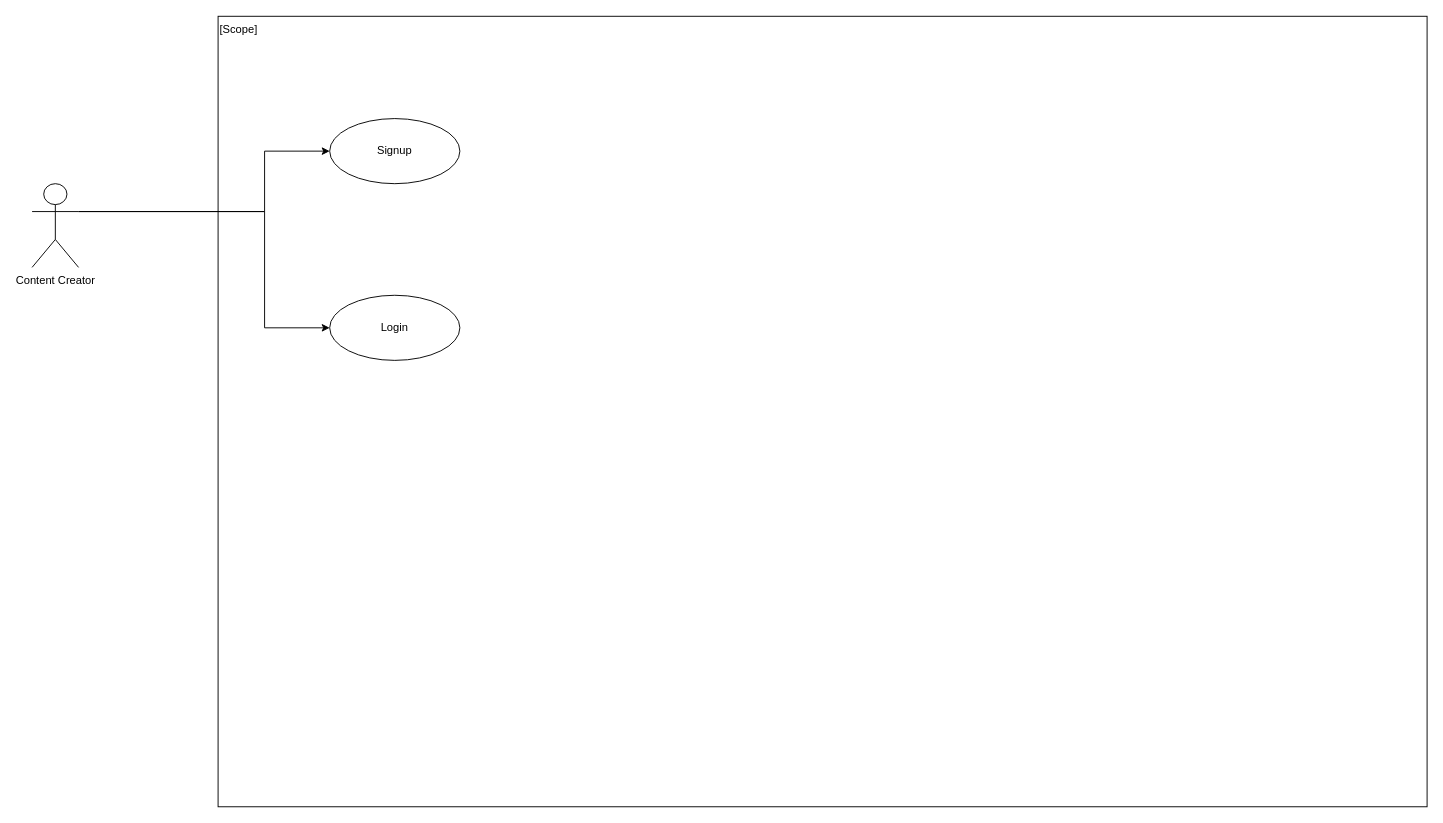
The draw.io diagram diagrams/UsecaseDiagram.drawio in jadhamwi31/cc_productivity_and_marketing_kit, before the edit. Source tidied: cells renumbered, new cells numbered last; positions are measured from the earlier drawing's top-left corner, leaving out a move shared by most shapes. Both pictures are drawn from the tidied source at 93%, with x=0, y=0 at pixel (32, 16).
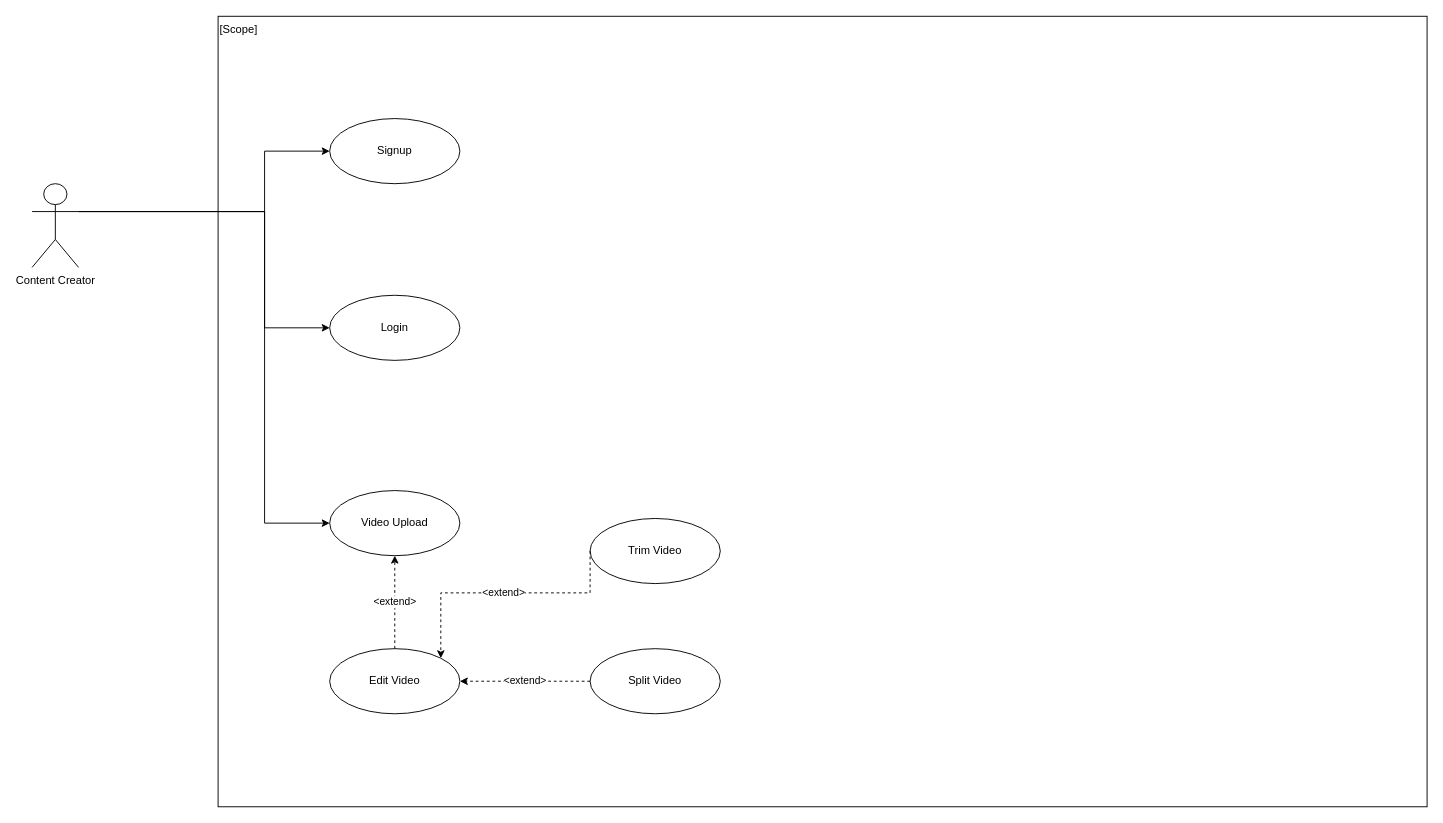
The same page after the edit.

The change refers to these unchanged cells:
```xml
<mxCell id="5" value="Content Creator" style="shape=umlActor;verticalLabelPosition=bottom;verticalAlign=top;html=1;outlineConnect=0;fillColor=none;" parent="1" vertex="1">
  <mxGeometry y="180" width="50" height="90" as="geometry" />
</mxCell>
```

Diff of the diagram source:
```diff
@@
+    <mxCell id="8" style="edgeStyle=orthogonalEdgeStyle;rounded=0;jettySize=auto;html=1;exitX=1;exitY=0.3333333333333333;exitDx=0;exitDy=0;exitPerimeter=0;entryX=0;entryY=0.5;entryDx=0;entryDy=0;" parent="1" edge="1" source="5" target="9">
+      <mxGeometry relative="1" as="geometry">
+        <Array as="points">
+          <mxPoint x="250" y="210" />
+          <mxPoint x="250" y="545" />
+        </Array>
+      </mxGeometry>
+    </mxCell>
@@
+    <mxCell id="9" value="Video Upload" style="ellipse;whiteSpace=wrap;html=1;fillColor=none;" parent="1" vertex="1">
+      <mxGeometry x="320" y="510" width="140" height="70" as="geometry" />
+    </mxCell>
+    <mxCell id="10" value="&amp;lt;extend&amp;gt;" style="edgeStyle=orthogonalEdgeStyle;rounded=0;jettySize=auto;html=1;exitX=0.5;exitY=0;exitDx=0;exitDy=0;entryX=0.5;entryY=1;entryDx=0;entryDy=0;dashed=1;" parent="1" edge="1" source="11" target="9">
+      <mxGeometry relative="1" as="geometry" />
+    </mxCell>
+    <mxCell id="11" value="Edit Video" style="ellipse;whiteSpace=wrap;html=1;fillColor=none;" parent="1" vertex="1">
+      <mxGeometry x="320" y="680" width="140" height="70" as="geometry" />
+    </mxCell>
+    <mxCell id="12" value="&amp;lt;extend&amp;gt;" style="edgeStyle=orthogonalEdgeStyle;rounded=0;jettySize=auto;html=1;exitX=0;exitY=0.5;exitDx=0;exitDy=0;entryX=1;entryY=0;entryDx=0;entryDy=0;dashed=1;" parent="1" edge="1" source="13" target="11">
+      <mxGeometry relative="1" as="geometry">
+        <Array as="points">
+          <mxPoint x="600" y="620" />
+          <mxPoint x="440" y="620" />
+        </Array>
+      </mxGeometry>
+    </mxCell>
+    <mxCell id="13" value="Trim Video" style="ellipse;whiteSpace=wrap;html=1;fillColor=none;" parent="1" vertex="1">
+      <mxGeometry x="600" y="540" width="140" height="70" as="geometry" />
+    </mxCell>
+    <mxCell id="14" value="&amp;lt;extend&amp;gt;" style="edgeStyle=orthogonalEdgeStyle;rounded=0;jettySize=auto;html=1;exitX=0;exitY=0.5;exitDx=0;exitDy=0;entryX=1;entryY=0.5;entryDx=0;entryDy=0;dashed=1;" parent="1" edge="1" source="15" target="11">
+      <mxGeometry relative="1" as="geometry" />
+    </mxCell>
+    <mxCell id="15" value="Split Video" style="ellipse;whiteSpace=wrap;html=1;fillColor=none;" parent="1" vertex="1">
+      <mxGeometry x="600" y="680" width="140" height="70" as="geometry" />
+    </mxCell>
```
